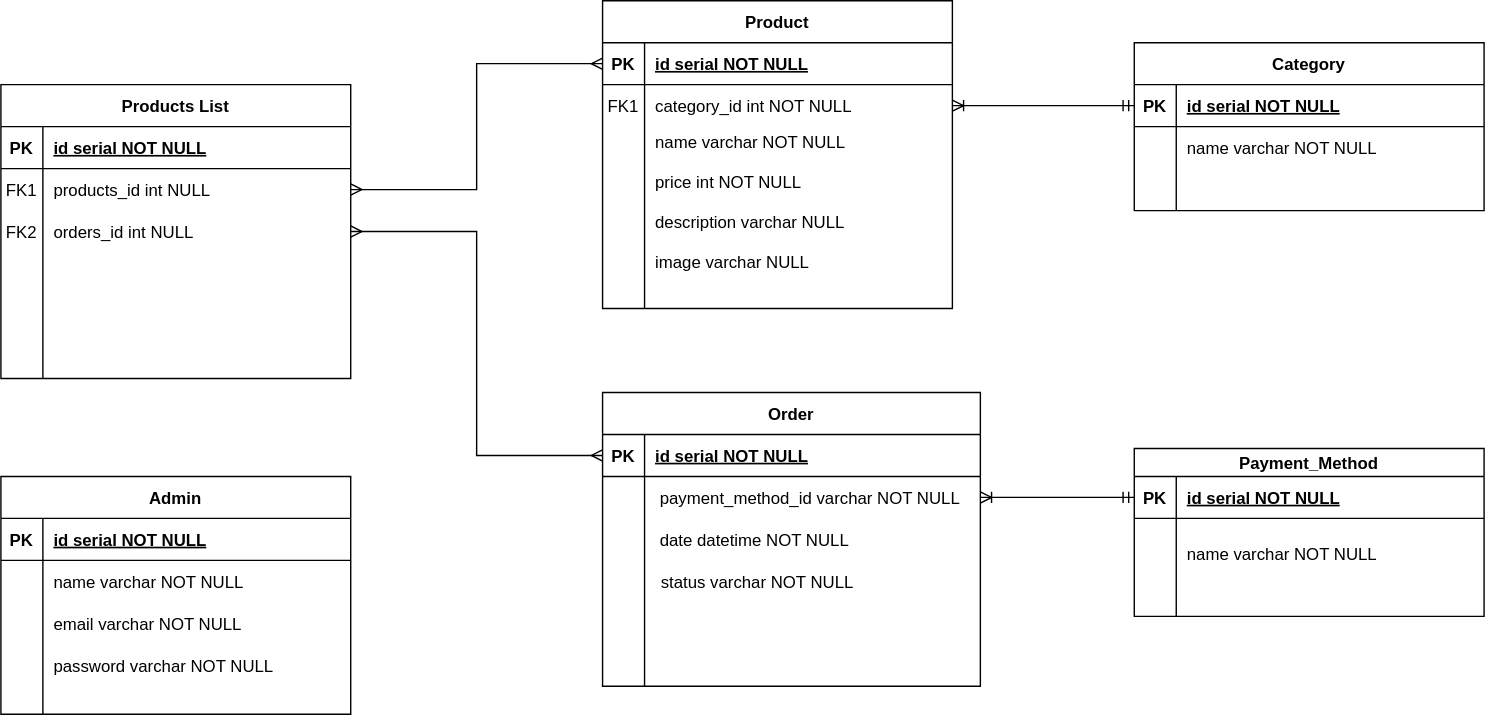
Earlier version of the draw.io export kitchin.svg (brunocamposal/kitchin-kanri). Source tidied: cells renumbered, new cells last; positions are measured from the earlier drawing's top-left corner, leaving out a move shared by most shapes.
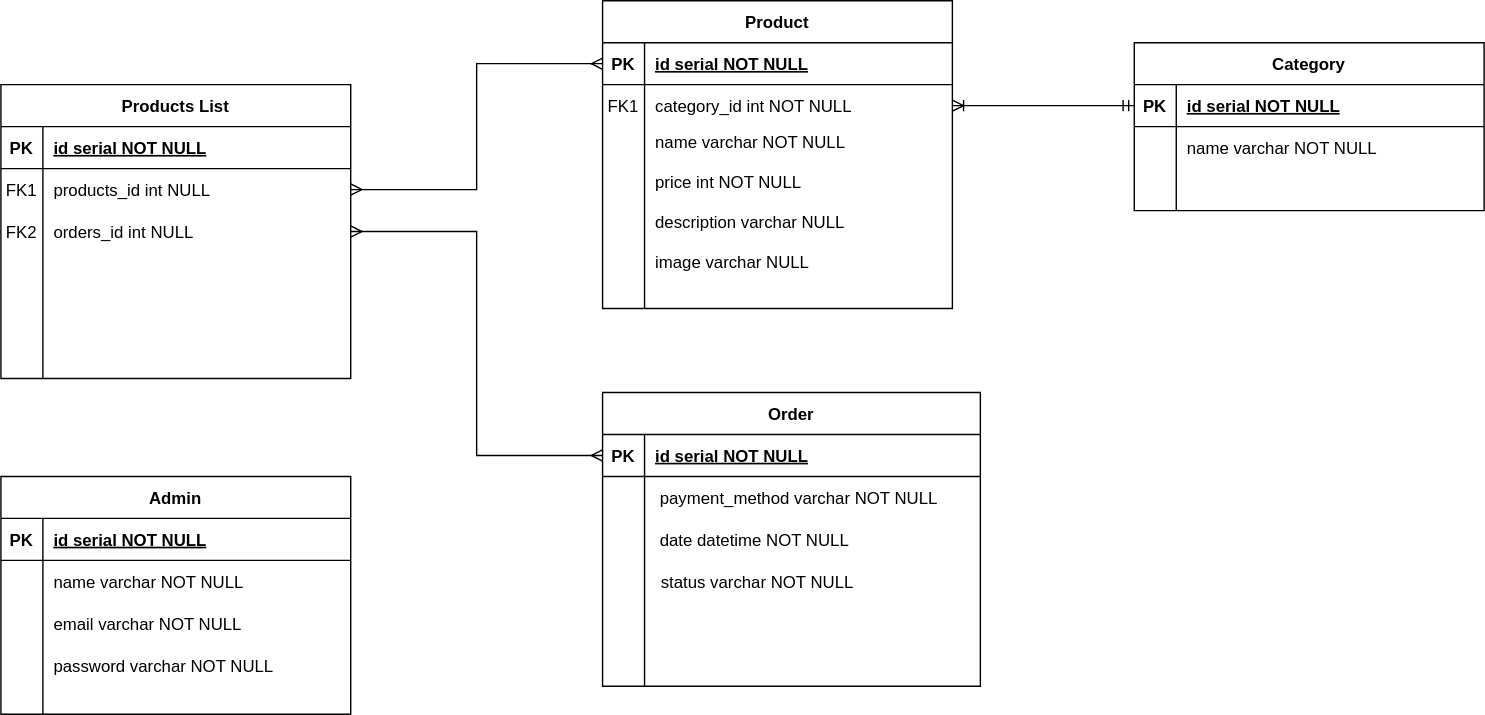
Above is the later version.

The edit, as a diff of the source:
```diff
@@ -26,7 +26,7 @@
     <mxCell id="9" style="shape=partialRectangle;overflow=hidden;fillColor=none;top=0;left=0;bottom=0;right=0;" parent="8" vertex="1">
       <mxGeometry width="30" height="30" as="geometry" />
     </mxCell>
-    <mxCell id="10" value=" payment_method_id varchar NOT NULL" style="shape=partialRectangle;overflow=hidden;fillColor=none;top=0;left=0;bottom=0;right=0;align=left;spacingLeft=6;" parent="8" vertex="1">
+    <mxCell id="10" value=" payment_method varchar NOT NULL" style="shape=partialRectangle;overflow=hidden;fillColor=none;top=0;left=0;bottom=0;right=0;align=left;spacingLeft=6;" parent="8" vertex="1">
       <mxGeometry x="30" width="240" height="30" as="geometry" />
     </mxCell>
     <mxCell id="11" style="shape=partialRectangle;fillColor=none;top=0;left=0;right=0;bottom=0;" parent="4" vertex="1">
@@ -212,44 +212,5 @@
     <mxCell id="71" value="password varchar NOT NULL" style="shape=partialRectangle;overflow=hidden;fillColor=none;top=0;left=0;bottom=0;right=0;align=left;spacingLeft=6;" parent="1" vertex="1">
       <mxGeometry x="30" y="460" width="220" height="30" as="geometry" />
     </mxCell>
-    <mxCell id="72" style="group;" parent="1" vertex="1">
-      <mxGeometry x="810" y="320" width="250" height="120" as="geometry" />
-    </mxCell>
-    <mxCell id="73" value="Payment_Method" style="shape=table;startSize=20;rowLines=0;fontStyle=1;align=center;" parent="72" vertex="1">
-      <mxGeometry width="250" height="120" as="geometry" />
-    </mxCell>
-    <mxCell id="74" style="shape=partialRectangle;fillColor=none;points=[[0,0.5],[1,0.5]];portConstraint=eastwest;top=0;left=0;right=0;bottom=1;" parent="73" vertex="1">
-      <mxGeometry y="20" width="250" height="30" as="geometry" />
-    </mxCell>
-    <mxCell id="75" value="PK" style="shape=partialRectangle;overflow=hidden;fillColor=none;top=0;left=0;bottom=0;right=0;fontStyle=1;" parent="74" vertex="1">
-      <mxGeometry width="30" height="30" as="geometry" />
-    </mxCell>
-    <mxCell id="76" value="id serial NOT NULL" style="shape=partialRectangle;overflow=hidden;fillColor=none;top=0;left=0;bottom=0;right=0;align=left;spacingLeft=6;fontStyle=5;" parent="74" vertex="1">
-      <mxGeometry x="30" width="220" height="30" as="geometry" />
-    </mxCell>
-    <mxCell id="77" style="shape=partialRectangle;fillColor=none;top=0;left=0;right=0;bottom=0;" parent="73" vertex="1">
-      <mxGeometry y="50" width="250" height="30" as="geometry" />
-    </mxCell>
-    <mxCell id="78" style="shape=partialRectangle;overflow=hidden;fillColor=none;top=0;left=0;bottom=0;right=0;" parent="77" vertex="1">
-      <mxGeometry width="30" height="30" as="geometry" />
-    </mxCell>
-    <mxCell id="79" style="shape=partialRectangle;overflow=hidden;fillColor=none;top=0;left=0;bottom=0;right=0;align=left;spacingLeft=6;" parent="77" vertex="1">
-      <mxGeometry x="30" width="220" height="30" as="geometry" />
-    </mxCell>
-    <mxCell id="80" style="shape=partialRectangle;fillColor=none;top=0;left=0;right=0;bottom=0;" parent="73" vertex="1">
-      <mxGeometry y="80" width="250" height="30" as="geometry" />
-    </mxCell>
-    <mxCell id="81" style="shape=partialRectangle;overflow=hidden;fillColor=none;top=0;left=0;bottom=0;right=0;" parent="80" vertex="1">
-      <mxGeometry width="30" height="30" as="geometry" />
-    </mxCell>
-    <mxCell id="82" style="shape=partialRectangle;overflow=hidden;fillColor=none;top=0;left=0;bottom=0;right=0;align=left;spacingLeft=6;" parent="80" vertex="1">
-      <mxGeometry x="30" width="220" height="30" as="geometry" />
-    </mxCell>
-    <mxCell id="83" value="name varchar NOT NULL" style="shape=partialRectangle;overflow=hidden;fillColor=none;top=0;left=0;bottom=0;right=0;align=left;spacingLeft=6;" parent="72" vertex="1">
-      <mxGeometry x="30" y="60" width="220" height="30" as="geometry" />
-    </mxCell>
-    <mxCell id="84" style="edgeStyle=orthogonalEdgeStyle;rounded=0;jettySize=auto;html=1;entryX=0;entryY=0.5;entryDx=0;entryDy=0;endArrow=ERmandOne;endFill=0;startArrow=ERoneToMany;startFill=0;" parent="1" edge="1" source="8" target="74">
-      <mxGeometry relative="1" as="geometry" />
-    </mxCell>
   </root>
 </mxGraphModel>
```
